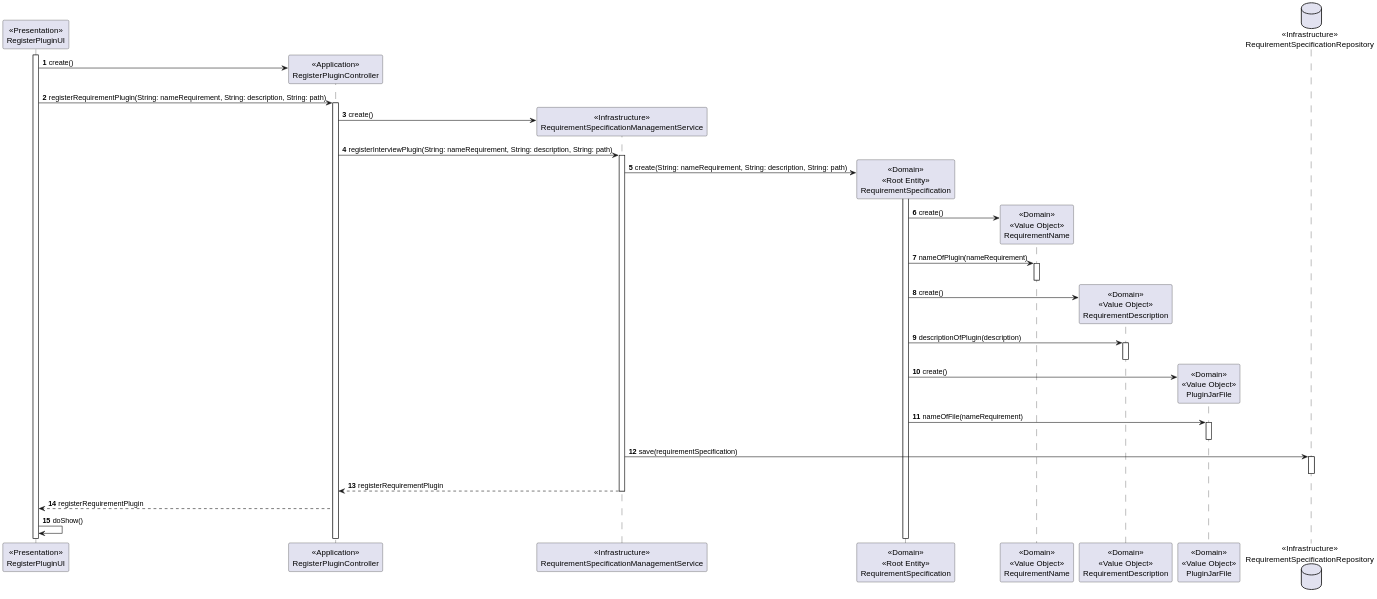
rita-barbosa/LAPR4-2324 keeps this PlantUML diagram as docs/sb_us_1008/SD/Sequence-Diagram-Requirement.svg. Above is the earlier version.
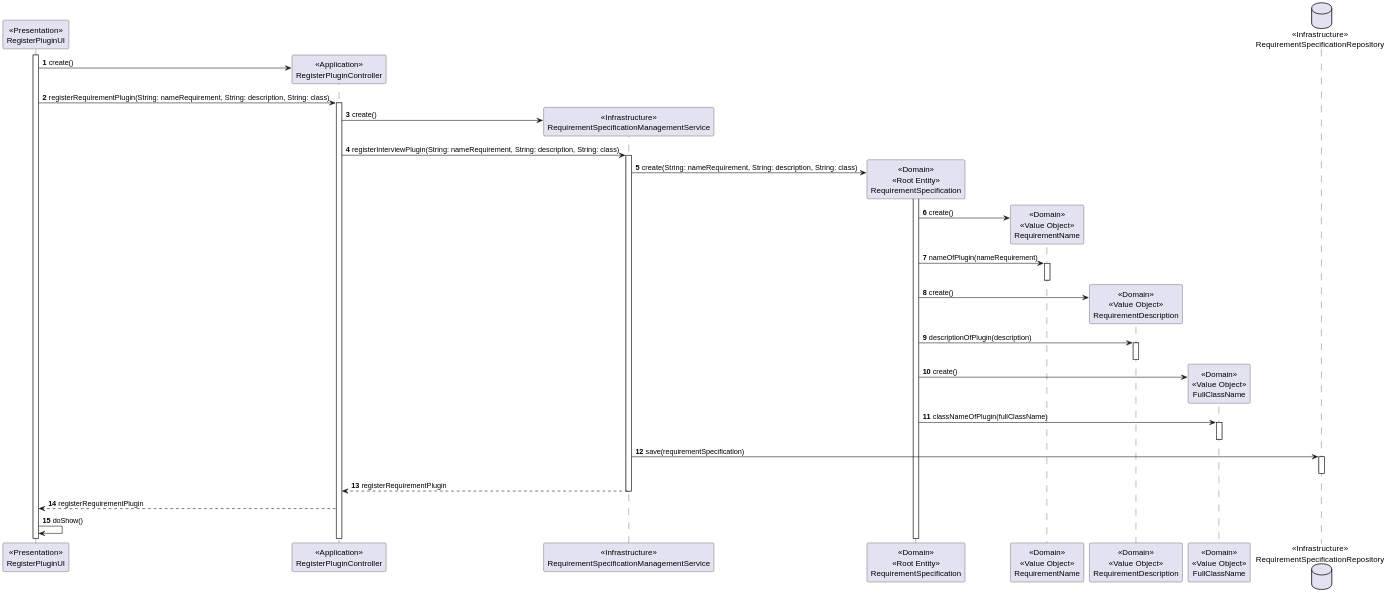
Later version of the same file.

The edit, as a diff of the source:
```diff
@@ -9,24 +9,24 @@
 Participant "<<Domain>>\n<<Root Entity>>\nRequirementSpecification" as RS
 Participant "<<Domain>>\n<<Value Object>>\nRequirementName" as RSNAME
 Participant "<<Domain>>\n<<Value Object>>\nRequirementDescription" as RSDESC
-Participant "<<Domain>>\n<<Value Object>>\nPluginJarFile" as RSPLUGIN
+Participant "<<Domain>>\n<<Value Object>>\nFullClassName" as RSPLUGIN
 Database "<<Infrastructure>>\nRequirementSpecificationRepository" as RSREPO
 
 Activate UI
 
     UI -> CTRL**: create()
 
-    UI -> CTRL: registerRequirementPlugin(String: nameRequirement, String: description, String: path)
+    UI -> CTRL: registerRequirementPlugin(String: nameRequirement, String: description, String: class)
 
     Activate CTRL
 
     CTRL -> SERVICERS**: create()
 
-    CTRL -> SERVICERS: registerInterviewPlugin(String: nameRequirement, String: description, String: path)
+    CTRL -> SERVICERS: registerInterviewPlugin(String: nameRequirement, String: description, String: class)
 
     Activate SERVICERS
 
-    SERVICERS -> RS**: create(String: nameRequirement, String: description, String: path)
+    SERVICERS -> RS**: create(String: nameRequirement, String: description, String: class)
 
     Activate RS
 
@@ -48,7 +48,7 @@
 
     RS -> RSPLUGIN**: create()
 
-    RS -> RSPLUGIN: nameOfFile(nameRequirement)
+    RS -> RSPLUGIN: classNameOfPlugin(fullClassName)
 
     Activate RSPLUGIN
 
```
